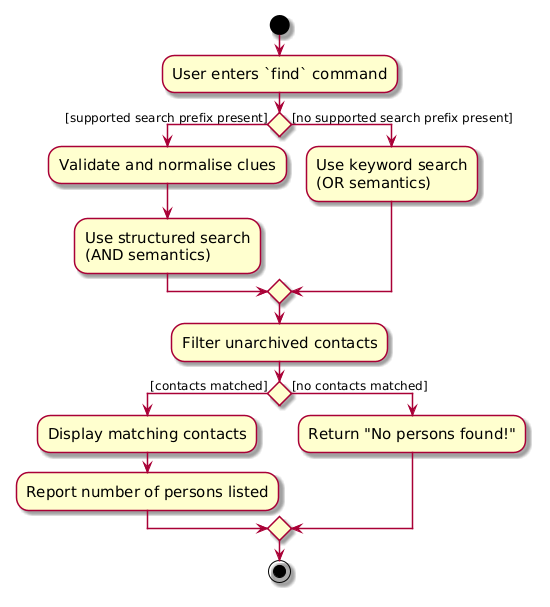
AY2627S1-CS2103T-W10-2/tp keeps this PlantUML diagram as docs/images/MultiClueSearchActivityDiagram.png. Above is the earlier version. Source of this version:
```plantuml
@startuml
skin rose
skinparam ActivityFontSize 15
skinparam ArrowFontSize 12

start

:User enters `find` command;

if () then ([supported search prefix present])
    :Validate and normalise clues;
    :Use structured search\n(AND semantics);
else ([no supported search prefix present])
    :Use keyword search\n(OR semantics);
endif

:Filter unarchived contacts;

if () then ([contacts matched])
    :Display matching contacts;
    :Report number of persons listed;
else ([no contacts matched])
    :Return "No persons found!";
endif

stop
@enduml
```
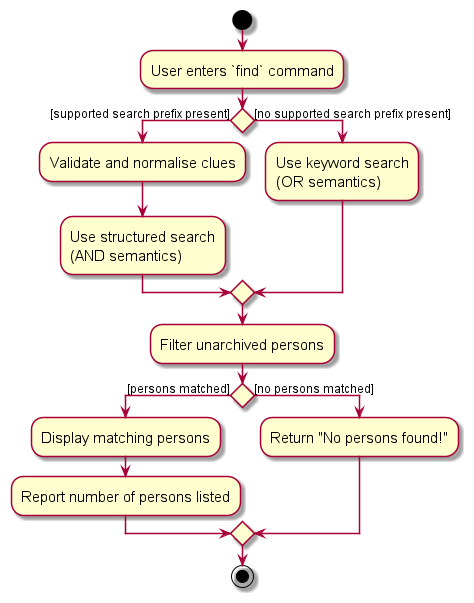
After the change.

Change to the diagram source:
```diff
@@ -14,12 +14,12 @@
     :Use keyword search\n(OR semantics);
 endif
 
-:Filter unarchived contacts;
+:Filter unarchived persons;
 
-if () then ([contacts matched])
-    :Display matching contacts;
+if () then ([persons matched])
+    :Display matching persons;
     :Report number of persons listed;
-else ([no contacts matched])
+else ([no persons matched])
     :Return "No persons found!";
 endif
 
```
